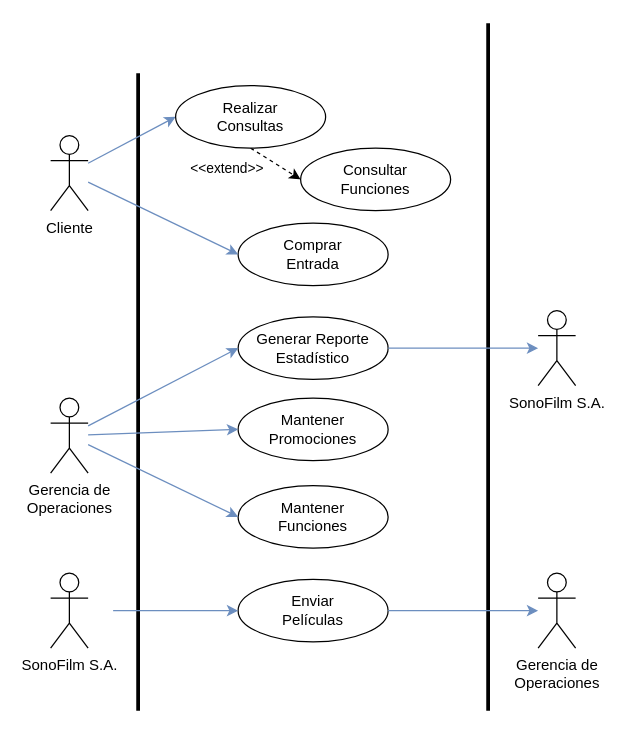
mauro7x/aninfo keeps this draw.io diagram as TP3/diagramas/casos_de_uso.drawio. Above is the earlier version. Source tidied: cells renumbered, new cells numbered last; positions are measured from the earlier drawing's top-left corner, leaving out a move shared by most shapes. Both pictures are drawn from the tidied source at 125%, with x=0, y=0 at pixel (50, 22).
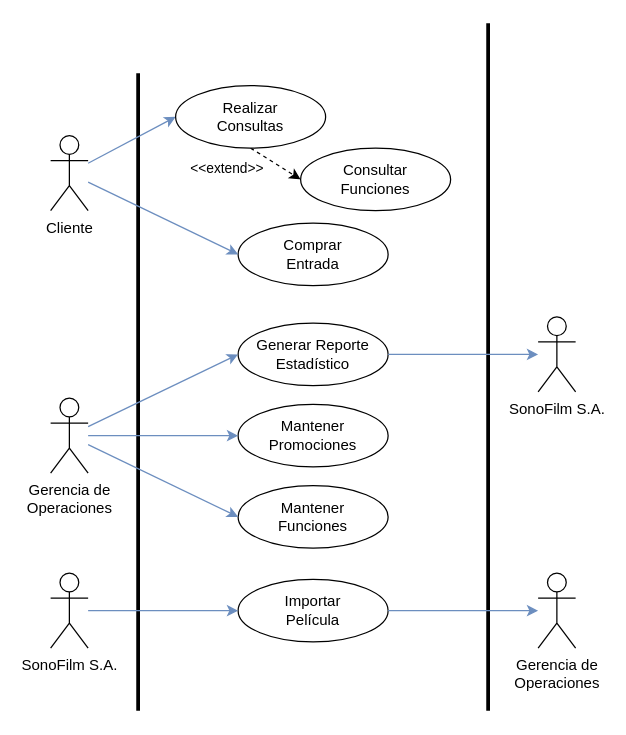
After the change.

Commit message:
Modificaciones a TP3 diag casos de uso

The change refers to these unchanged cells:
```xml
<mxCell id="16" value="SonoFilm S.A." style="shape=umlActor;verticalLabelPosition=bottom;verticalAlign=top;html=1;outlineConnect=0;" parent="1" vertex="1">
  <mxGeometry y="440" width="30" height="60" as="geometry" />
</mxCell>
```

Diff of the diagram source:
```diff
@@
     <mxCell id="4" value="Mantener Promociones" style="ellipse;whiteSpace=wrap;html=1;strokeWidth=1;fontSize=12;" parent="1" vertex="1">
-      <mxGeometry x="150" y="300" width="120" height="50" as="geometry" />
+      <mxGeometry x="150" y="305" width="120" height="50" as="geometry" />
     </mxCell>
@@
-    <mxCell id="6" value="Enviar&lt;br&gt;Películas" style="ellipse;whiteSpace=wrap;html=1;strokeWidth=1;fontSize=12;" parent="1" vertex="1">
+    <mxCell id="6" value="Importar&lt;br&gt;Película" style="ellipse;whiteSpace=wrap;html=1;strokeWidth=1;fontSize=12;" parent="1" vertex="1">
       <mxGeometry x="150" y="445" width="120" height="50" as="geometry" />
     </mxCell>
@@
-    <mxCell id="10" style="endArrow=classic;html=1;strokeWidth=1;fontSize=14;fillColor=#dae8fc;strokeColor=#6c8ebf;entryX=0;entryY=0.5;entryDx=0;entryDy=0;" parent="1" edge="1" target="6">
-      <mxGeometry relative="1" as="geometry">
-        <mxPoint x="50" y="470" as="sourcePoint" />
-      </mxGeometry>
+    <mxCell id="10" style="endArrow=classic;html=1;strokeWidth=1;fontSize=14;fillColor=#dae8fc;strokeColor=#6c8ebf;entryX=0;entryY=0.5;entryDx=0;entryDy=0;" parent="1" edge="1" source="16" target="6">
+      <mxGeometry relative="1" as="geometry" />
     </mxCell>
@@
     <mxCell id="12" value="Generar Reporte Estadístico" style="ellipse;whiteSpace=wrap;html=1;strokeWidth=1;fontSize=12;" parent="1" vertex="1">
-      <mxGeometry x="150" y="235" width="120" height="50" as="geometry" />
+      <mxGeometry x="150" y="240" width="120" height="50" as="geometry" />
     </mxCell>
@@
     <mxCell id="17" value="SonoFilm S.A." style="shape=umlActor;verticalLabelPosition=bottom;verticalAlign=top;html=1;outlineConnect=0;" parent="1" vertex="1">
-      <mxGeometry x="390" y="230" width="30" height="60" as="geometry" />
+      <mxGeometry x="390" y="235" width="30" height="60" as="geometry" />
     </mxCell>
```
